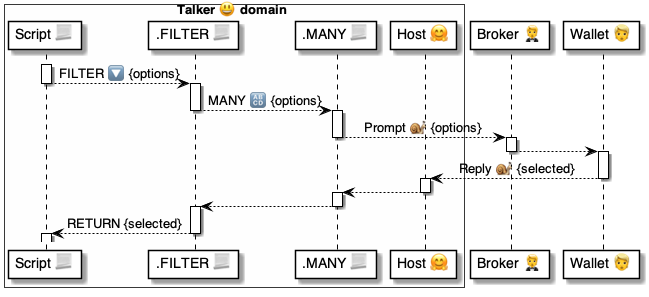
Before: 4 ⚙️ Solution/35 💬 Chats/Scripts 📃/📃 methods 🤵/FILTER 🔽/🔽 FILTER ⚙️ uml.png, a diagram exported from PlantUML (pollyweb-org/pollyweb-docs). Its source is kept beside it as 4 ⚙️ Solution/35 💬 Chats/Scripts 📃/📃 methods 🤵/FILTER 🔽/🔽 FILTER ⚙️ uml.puml.
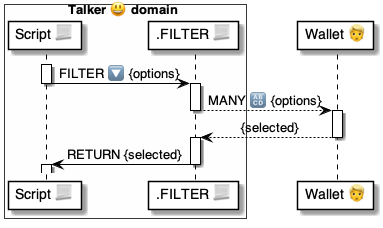
The same diagram one commit later.

Change to the diagram source:
```diff
@@ -5,11 +5,8 @@
     participant "Script 📃" as script
     participant ".FILTER 📃" as talker
 
-    participant ".MANY 📃" as many
-    participant "Host 🤗" as host
 end box
 
-participant "Broker 🤵" as broker
 participant "Wallet 👱" as wallet
 
 activate script
@@ -17,29 +14,12 @@
 deactivate script
 
 activate talker
-    talker -> many: MANY 🔠 {options}
+    talker --> wallet: MANY 🔠 {options}
 deactivate talker
 
-activate many
-    many --> broker: Prompt 🐌 {options}
-deactivate many
-
-
-activate broker
-    broker --> wallet:
-deactivate broker
-
 activate wallet
-    wallet --> host: Reply 🐌 {selected}
+    wallet --> talker:  {selected}
 deactivate wallet
-
-activate host
-    host -> many:
-deactivate host
-
-activate many
-    many -> talker:
-deactivate many
 
 activate talker
     talker -> script: RETURN {selected}
```
